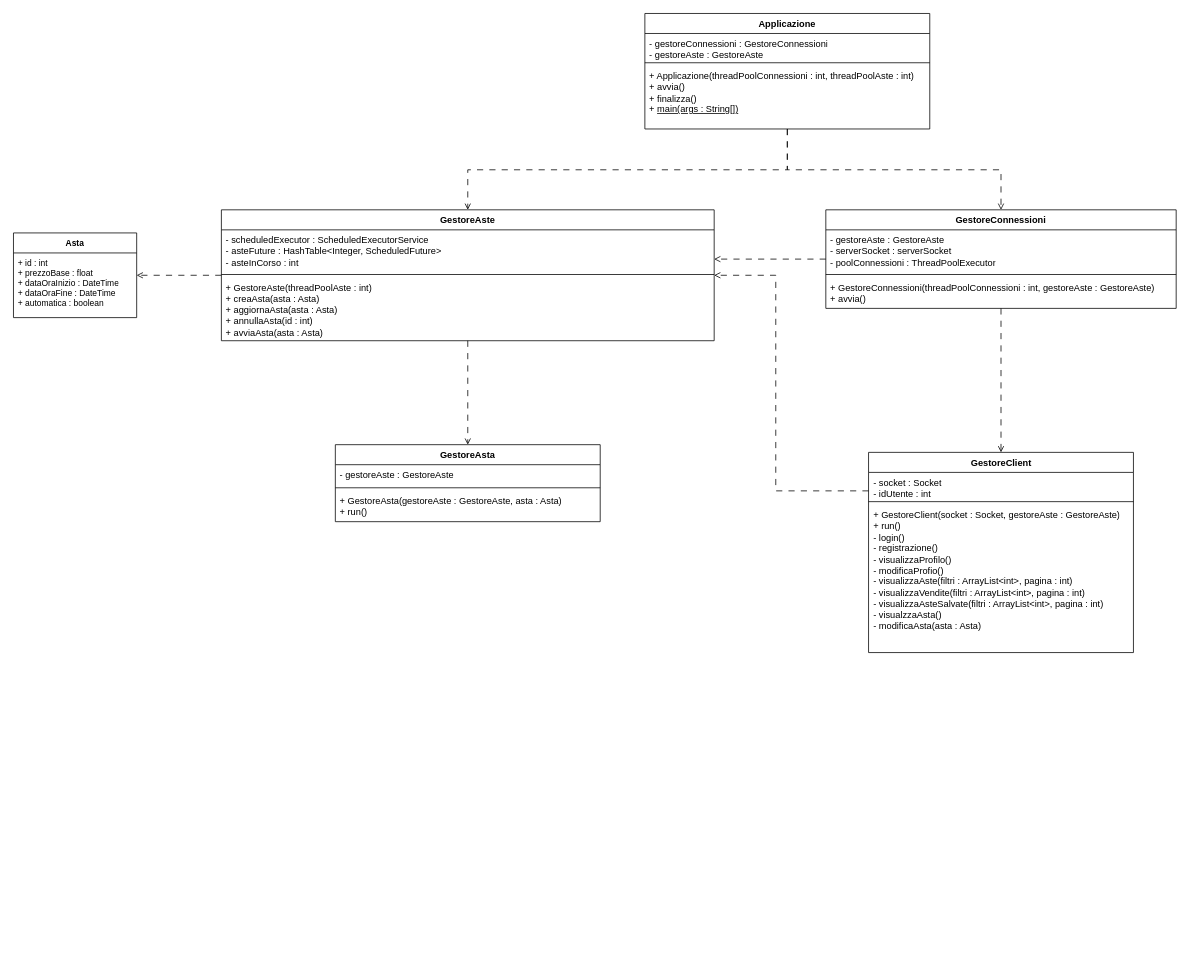
Chaos-Rat/GAO keeps this draw.io diagram as documenti/DC-Server.drawio. Above is the earlier version. Source tidied: cells renumbered, new cells numbered last; positions are measured from the earlier drawing's top-left corner, leaving out a move shared by most shapes. Both pictures are drawn from the tidied source at 77%, with x=0, y=0 at pixel (13, 13).
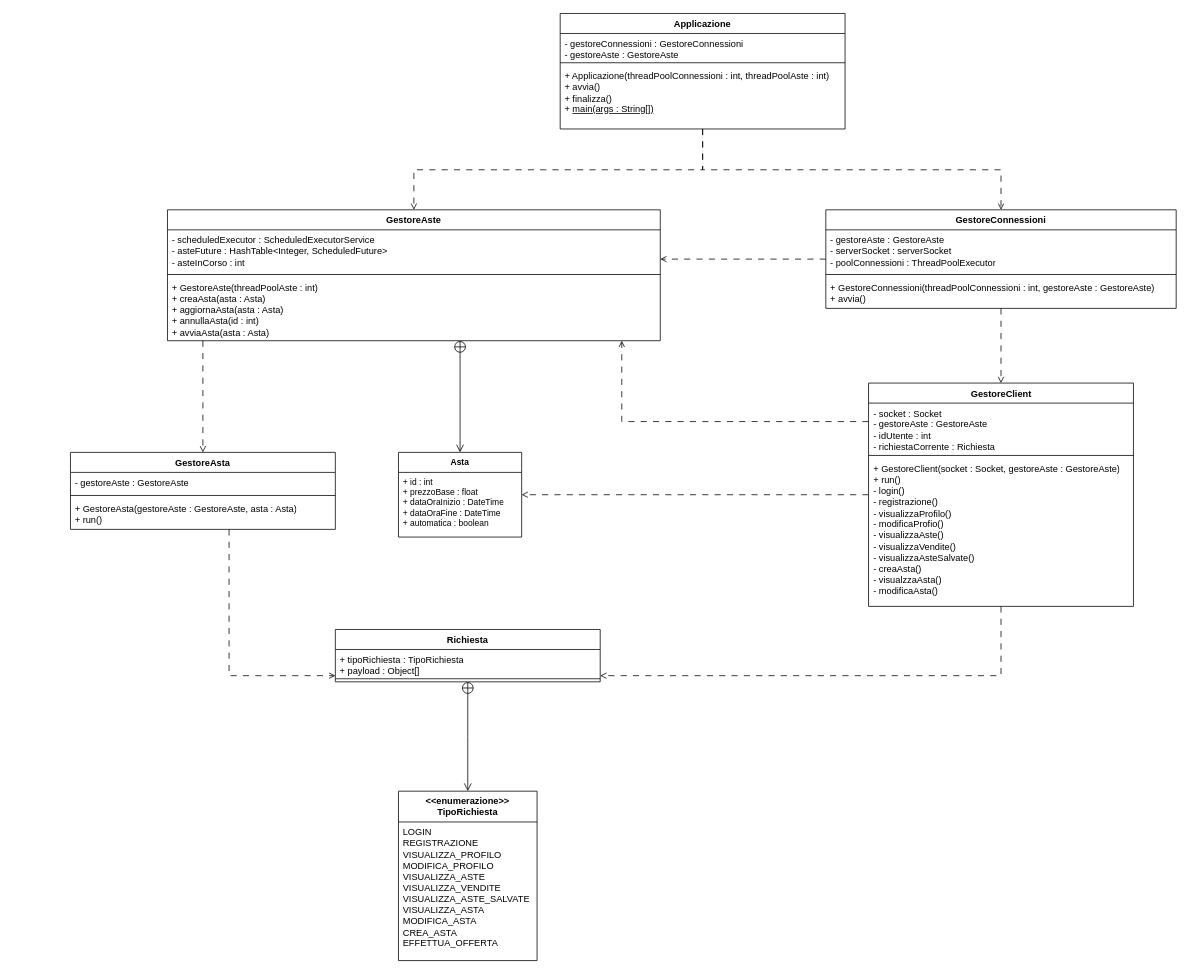
Above is the later version.

Commit message (it also covers changes not shown here):
Aggiornato DC server e UC Utente

Minori cambi di nomenclatura al diagramma degli use cases dell'utente. Unite le funzioni visualizza profilo e visualizza profilo venditore.
Aggiornato il diagramma delle classi del server.

Diff of the diagram source:
```diff
@@
     <mxCell id="4" value="Applicazione" style="swimlane;fontStyle=1;align=center;verticalAlign=top;horizontal=1;startSize=26;whiteSpace=wrap;html=1;" parent="1" vertex="1">
-      <mxGeometry x="820" width="370" height="150" as="geometry" />
+      <mxGeometry x="710" width="370" height="150" as="geometry" />
     </mxCell>
@@
+    <mxCell id="31" style="edgeStyle=orthogonalEdgeStyle;rounded=0;jettySize=auto;html=1;dashed=1;dashPattern=8 8;endArrow=open;endFill=0;" parent="1" edge="1" source="8" target="25">
+      <mxGeometry relative="1" as="geometry" />
+    </mxCell>
+    <mxCell id="32" style="edgeStyle=orthogonalEdgeStyle;rounded=0;jettySize=auto;html=1;dashed=1;dashPattern=8 8;endArrow=open;endFill=0;" parent="1" edge="1" source="8" target="34">
+      <mxGeometry relative="1" as="geometry">
+        <Array as="points">
+          <mxPoint x="1283" y="860" />
+        </Array>
+      </mxGeometry>
+    </mxCell>
     <mxCell id="8" value="GestoreClient" style="swimlane;fontStyle=1;align=center;verticalAlign=top;horizontal=1;startSize=26;whiteSpace=wrap;html=1;" parent="1" vertex="1">
-      <mxGeometry x="1110.5" y="570" width="344" height="260" as="geometry" />
+      <mxGeometry x="1110.5" y="480" width="344" height="290" as="geometry" />
     </mxCell>
-    <mxCell id="9" value="- socket : Socket&lt;div&gt;- idUtente : int&lt;/div&gt;" style="text;strokeColor=none;fillColor=none;align=left;verticalAlign=top;spacingLeft=4;spacingRight=4;overflow=hidden;whiteSpace=wrap;html=1;" parent="8" vertex="1">
-      <mxGeometry y="26" width="344" height="34" as="geometry" />
+    <mxCell id="9" value="- socket : Socket&lt;div&gt;- gestoreAste : GestoreAste&lt;br&gt;&lt;div&gt;- idUtente : int&lt;/div&gt;&lt;/div&gt;&lt;div&gt;- richiestaCorrente : Richiesta&lt;/div&gt;" style="text;strokeColor=none;fillColor=none;align=left;verticalAlign=top;spacingLeft=4;spacingRight=4;overflow=hidden;whiteSpace=wrap;html=1;" parent="8" vertex="1">
+      <mxGeometry y="26" width="344" height="64" as="geometry" />
     </mxCell>
     <mxCell id="10" style="line;strokeWidth=1;fillColor=none;align=left;verticalAlign=middle;spacingTop=-1;spacingLeft=3;spacingRight=3;labelPosition=right;strokeColor=inherit;" parent="8" vertex="1">
-      <mxGeometry y="60" width="344" height="8" as="geometry" />
+      <mxGeometry y="90" width="344" height="8" as="geometry" />
     </mxCell>
-    <mxCell id="11" value="&lt;div&gt;+ GestoreClient(socket : Socket, gestoreAste : GestoreAste)&lt;/div&gt;&lt;div&gt;+ run()&lt;/div&gt;&lt;div&gt;- login()&lt;/div&gt;&lt;div&gt;- registrazione()&lt;/div&gt;&lt;div&gt;- visualizzaProfilo()&lt;/div&gt;&lt;div&gt;- modificaProfio()&lt;/div&gt;&lt;div&gt;- visualizzaAste(filtri : ArrayList&amp;lt;int&amp;gt;, pagina : int)&lt;/div&gt;&lt;div&gt;- visualizzaVendite(filtri : ArrayList&amp;lt;int&amp;gt;, pagina : int)&lt;/div&gt;&lt;div&gt;- visualizzaAsteSalvate(filtri : ArrayList&amp;lt;int&amp;gt;, pagina : int)&lt;/div&gt;&lt;div&gt;- visualzzaAsta()&lt;/div&gt;&lt;div&gt;- modificaAsta(asta : Asta)&lt;/div&gt;" style="text;strokeColor=none;fillColor=none;align=left;verticalAlign=top;spacingLeft=4;spacingRight=4;overflow=hidden;whiteSpace=wrap;html=1;" parent="8" vertex="1">
-      <mxGeometry y="68" width="344" height="192" as="geometry" />
+    <mxCell id="11" value="&lt;div&gt;+ GestoreClient(socket : Socket, gestoreAste : GestoreAste)&lt;/div&gt;&lt;div&gt;+ run()&lt;/div&gt;&lt;div&gt;- login()&lt;/div&gt;&lt;div&gt;- registrazione()&lt;/div&gt;&lt;div&gt;- visualizzaProfilo()&lt;/div&gt;&lt;div&gt;- modificaProfio()&lt;/div&gt;&lt;div&gt;- visualizzaAste()&lt;/div&gt;&lt;div&gt;- visualizzaVendite()&lt;/div&gt;&lt;div&gt;- visualizzaAsteSalvate()&lt;/div&gt;&lt;div&gt;- creaAsta()&lt;/div&gt;&lt;div&gt;- visualzzaAsta()&lt;/div&gt;&lt;div&gt;- modificaAsta()&lt;/div&gt;" style="text;strokeColor=none;fillColor=none;align=left;verticalAlign=top;spacingLeft=4;spacingRight=4;overflow=hidden;whiteSpace=wrap;html=1;" parent="8" vertex="1">
+      <mxGeometry y="98" width="344" height="192" as="geometry" />
     </mxCell>
@@
-    <mxCell id="18" style="edgeStyle=orthogonalEdgeStyle;rounded=0;jettySize=auto;html=1;dashed=1;strokeColor=default;align=center;verticalAlign=middle;fontFamily=Helvetica;fontSize=11;fontColor=default;labelBackgroundColor=default;endArrow=open;endFill=0;dashPattern=8 8;" parent="1" edge="1" source="20" target="25">
-      <mxGeometry relative="1" as="geometry" />
-    </mxCell>
-    <mxCell id="19" style="edgeStyle=orthogonalEdgeStyle;rounded=0;jettySize=auto;html=1;dashed=1;strokeColor=default;align=center;verticalAlign=middle;fontFamily=Helvetica;fontSize=11;fontColor=default;labelBackgroundColor=default;endArrow=open;endFill=0;dashPattern=8 8;" parent="1" edge="1" source="20" target="27">
+    <mxCell id="19" style="rounded=0;jettySize=auto;html=1;dashed=1;strokeColor=default;align=center;verticalAlign=middle;fontFamily=Helvetica;fontSize=11;fontColor=default;labelBackgroundColor=default;endArrow=open;endFill=0;dashPattern=8 8;edgeStyle=elbowEdgeStyle;entryX=0.5;entryY=0;entryDx=0;entryDy=0;" parent="1" edge="1" source="20" target="27">
       <mxGeometry relative="1" as="geometry" />
     </mxCell>
     <mxCell id="20" value="GestoreAste" style="swimlane;fontStyle=1;align=center;verticalAlign=top;horizontal=1;startSize=26;whiteSpace=wrap;html=1;" parent="1" vertex="1">
-      <mxGeometry x="270" y="255" width="640" height="170" as="geometry" />
+      <mxGeometry x="200" y="255" width="640" height="170" as="geometry" />
     </mxCell>
@@
     <mxCell id="24" style="edgeStyle=orthogonalEdgeStyle;rounded=0;jettySize=auto;html=1;endArrow=open;endFill=0;dashed=1;elbow=vertical;dashPattern=8 8;" parent="1" edge="1" source="8" target="20">
       <mxGeometry relative="1" as="geometry">
         <Array as="points">
-          <mxPoint x="990" y="620" />
-          <mxPoint x="990" y="340" />
+          <mxPoint x="790" y="530" />
         </Array>
       </mxGeometry>
     </mxCell>
     <mxCell id="25" value="Asta" style="swimlane;fontStyle=1;align=center;verticalAlign=top;horizontal=1;startSize=26;whiteSpace=wrap;html=1;fontFamily=Helvetica;fontSize=11;fontColor=default;labelBackgroundColor=default;" parent="1" vertex="1">
-      <mxGeometry y="285" width="160" height="110" as="geometry" />
+      <mxGeometry x="500" y="570" width="160" height="110" as="geometry" />
     </mxCell>
@@
+    <mxCell id="33" style="edgeStyle=orthogonalEdgeStyle;rounded=0;jettySize=auto;html=1;dashed=1;dashPattern=8 8;strokeColor=default;align=center;verticalAlign=middle;fontFamily=Helvetica;fontSize=11;fontColor=default;labelBackgroundColor=default;endArrow=open;endFill=0;" parent="1" edge="1" source="27" target="34">
+      <mxGeometry relative="1" as="geometry">
+        <Array as="points">
+          <mxPoint x="280" y="860" />
+        </Array>
+      </mxGeometry>
+    </mxCell>
     <mxCell id="27" value="GestoreAsta" style="swimlane;fontStyle=1;align=center;verticalAlign=top;horizontal=1;startSize=26;whiteSpace=wrap;html=1;" parent="1" vertex="1">
-      <mxGeometry x="418" y="560" width="344" height="100" as="geometry" />
+      <mxGeometry x="74" y="570" width="344" height="100" as="geometry" />
     </mxCell>
@@
+    <mxCell id="18" style="endArrow=open;startArrow=circlePlus;endFill=0;startFill=0;endSize=8;html=1;rounded=0;edgeStyle=elbowEdgeStyle;" parent="1" edge="1" source="20" target="25">
+      <mxGeometry relative="1" as="geometry" />
+    </mxCell>
+    <mxCell id="34" value="Richiesta" style="swimlane;fontStyle=1;align=center;verticalAlign=top;horizontal=1;startSize=26;whiteSpace=wrap;html=1;" parent="1" vertex="1">
+      <mxGeometry x="418" y="800" width="344" height="68" as="geometry" />
+    </mxCell>
+    <mxCell id="35" value="+ tipoRichiesta : TipoRichiesta&lt;div&gt;+ payload : Object[]&lt;/div&gt;" style="text;strokeColor=none;fillColor=none;align=left;verticalAlign=top;spacingLeft=4;spacingRight=4;overflow=hidden;whiteSpace=wrap;html=1;" parent="34" vertex="1">
+      <mxGeometry y="26" width="344" height="34" as="geometry" />
+    </mxCell>
+    <mxCell id="36" style="line;strokeWidth=1;fillColor=none;align=left;verticalAlign=middle;spacingTop=-1;spacingLeft=3;spacingRight=3;labelPosition=right;strokeColor=inherit;" parent="34" vertex="1">
+      <mxGeometry y="60" width="344" height="8" as="geometry" />
+    </mxCell>
+    <mxCell id="37" value="&lt;div&gt;&lt;b&gt;&amp;lt;&amp;lt;enumerazione&amp;gt;&amp;gt;&lt;/b&gt;&lt;/div&gt;&lt;b&gt;TipoRichiesta&lt;/b&gt;" style="swimlane;fontStyle=0;horizontal=1;startSize=40;fillColor=none;whiteSpace=wrap;html=1;" parent="1" vertex="1">
+      <mxGeometry x="500" y="1010" width="180" height="220" as="geometry" />
+    </mxCell>
+    <mxCell id="38" value="LOGIN&lt;div&gt;REGISTRAZIONE&lt;/div&gt;&lt;div&gt;VISUALIZZA_PROFILO&lt;/div&gt;&lt;div&gt;MODIFICA_PROFILO&lt;/div&gt;&lt;div&gt;VISUALIZZA_ASTE&lt;/div&gt;&lt;div&gt;VISUALIZZA_VENDITE&lt;/div&gt;&lt;div&gt;VISUALIZZA_ASTE_SALVATE&lt;/div&gt;&lt;div&gt;VISUALIZZA_ASTA&lt;/div&gt;&lt;div&gt;MODIFICA_ASTA&lt;/div&gt;&lt;div&gt;CREA_ASTA&lt;/div&gt;&lt;div&gt;EFFETTUA_OFFERTA&lt;/div&gt;" style="text;strokeColor=none;fillColor=none;align=left;verticalAlign=top;spacingLeft=4;spacingRight=4;overflow=hidden;whiteSpace=wrap;html=1;" parent="37" vertex="1">
+      <mxGeometry y="40" width="180" height="180" as="geometry" />
+    </mxCell>
+    <mxCell id="39" style="endArrow=open;startArrow=circlePlus;endFill=0;startFill=0;endSize=8;html=1;rounded=0;edgeStyle=elbowEdgeStyle;" parent="1" edge="1" source="34" target="37">
+      <mxGeometry relative="1" as="geometry" />
+    </mxCell>
```
